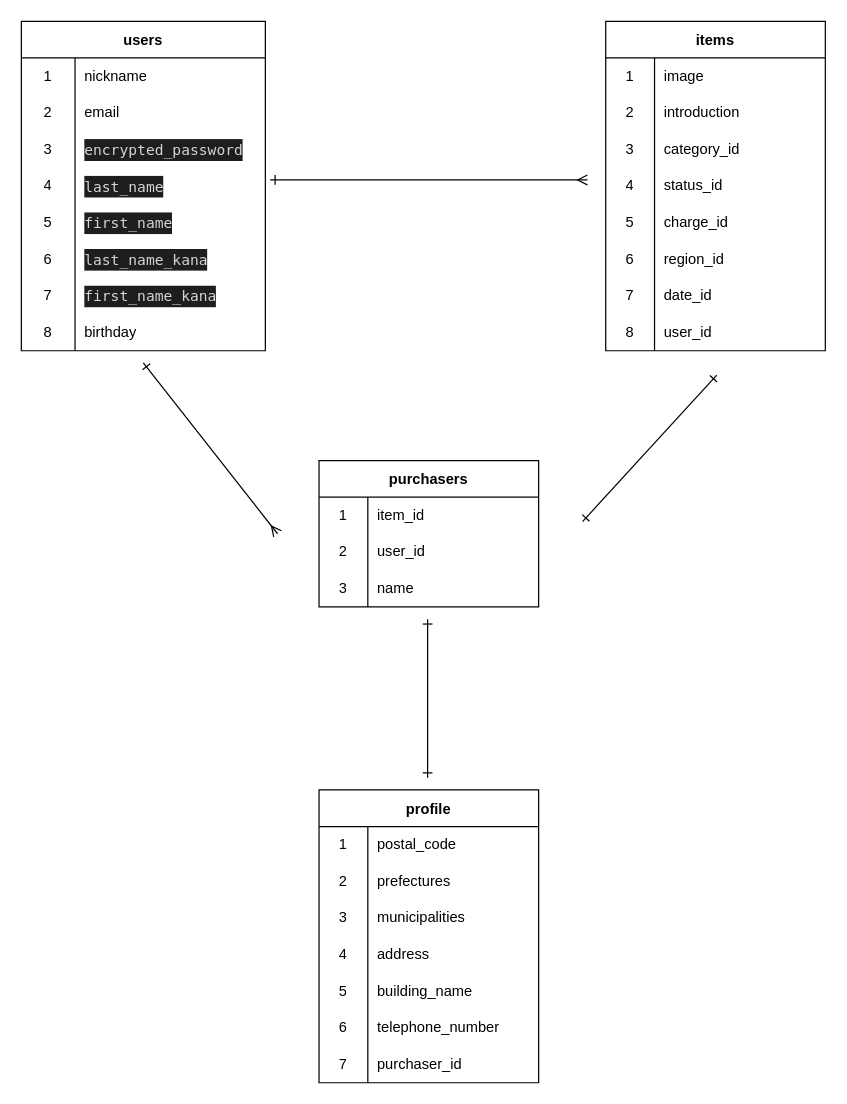
sawasawashu/furima-38849 keeps this draw.io diagram as furima.dio. Above is the earlier version. Source tidied: cells renumbered, new cells numbered last; positions are measured from the earlier drawing's top-left corner, leaving out a move shared by most shapes. Both pictures are drawn from the tidied source at 122%, with x=0, y=0 at pixel (21, 21).
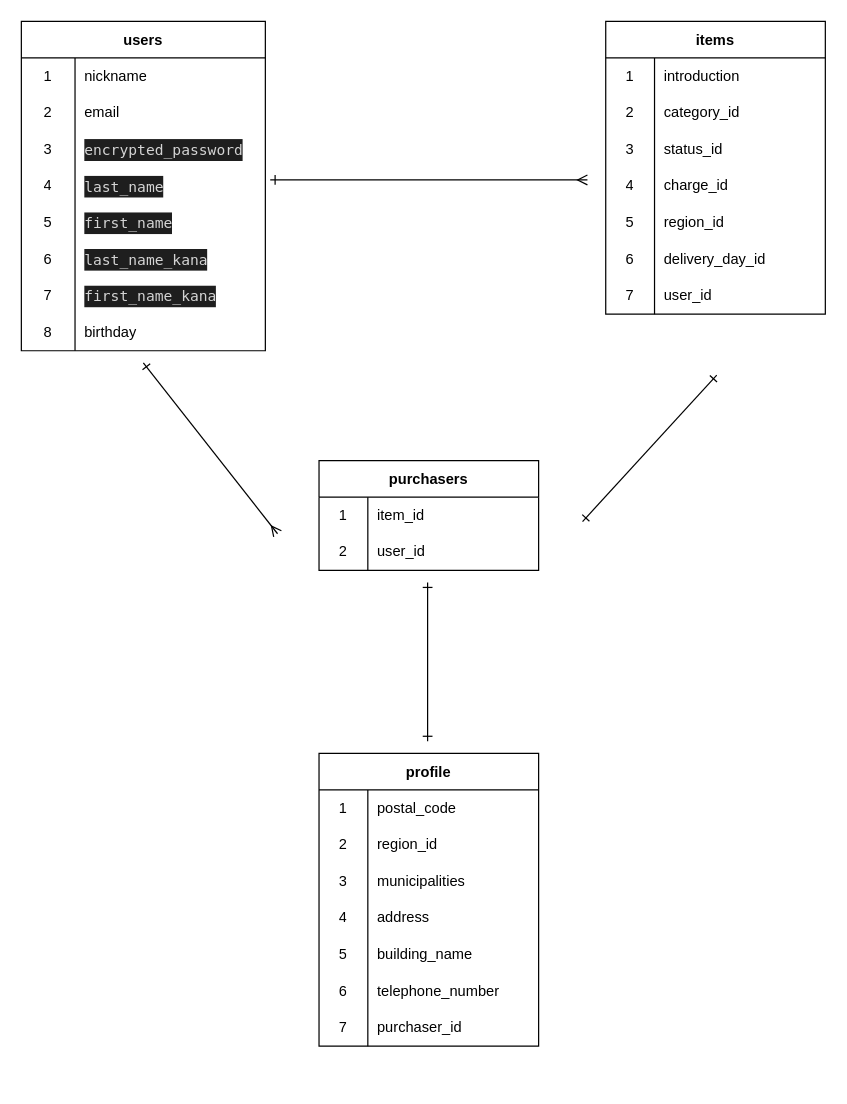
After the change.

Commit message (it also covers changes not shown here):
issue3データベース設計再修正

Unchanged cells that the change refers to:
```xml
<mxCell id="69" style="shape=tableRow;horizontal=0;startSize=0;swimlaneHead=0;swimlaneBody=0;top=0;left=0;bottom=0;right=0;fillColor=none;" parent="65" vertex="1">
  <mxGeometry y="60" width="180" height="30" as="geometry" />
</mxCell>
```

The edit, as a diff of the source:
```diff
@@
     <mxCell id="27" value="items" style="shape=table;startSize=30;childLayout=tableLayout;rowLines=0;fontStyle=1;" parent="1" vertex="1">
-      <mxGeometry x="479" width="180" height="270" as="geometry" />
+      <mxGeometry x="479" width="180" height="240" as="geometry" />
     </mxCell>
-    <mxCell id="28" style="shape=tableRow;horizontal=0;startSize=0;swimlaneHead=0;swimlaneBody=0;top=0;left=0;bottom=0;right=0;fillColor=none;" parent="27" vertex="1">
-      <mxGeometry y="30" width="180" height="30" as="geometry" />
-    </mxCell>
-    <mxCell id="29" value="1" style="shape=partialRectangle;html=1;whiteSpace=wrap;fillColor=none;top=0;left=0;bottom=0;right=0;overflow=hidden;" parent="28" vertex="1">
-      <mxGeometry width="40" height="30" as="geometry" />
-    </mxCell>
-    <mxCell id="30" value="image" style="shape=partialRectangle;html=1;whiteSpace=wrap;fillColor=none;top=0;left=0;bottom=0;right=0;align=left;spacingLeft=6;overflow=hidden;" parent="28" vertex="1">
-      <mxGeometry x="40" width="140" height="30" as="geometry" />
-    </mxCell>
     <mxCell id="31" style="shape=tableRow;horizontal=0;startSize=0;swimlaneHead=0;swimlaneBody=0;top=0;left=0;bottom=0;right=0;fillColor=none;" parent="27" vertex="1">
-      <mxGeometry y="60" width="180" height="30" as="geometry" />
+      <mxGeometry y="30" width="180" height="30" as="geometry" />
     </mxCell>
-    <mxCell id="32" value="2" style="shape=partialRectangle;html=1;whiteSpace=wrap;fillColor=none;top=0;left=0;bottom=0;right=0;overflow=hidden;" parent="31" vertex="1">
+    <mxCell id="32" value="1" style="shape=partialRectangle;html=1;whiteSpace=wrap;fillColor=none;top=0;left=0;bottom=0;right=0;overflow=hidden;" parent="31" vertex="1">
       <mxGeometry width="40" height="30" as="geometry" />
     </mxCell>
@@
     <mxCell id="34" style="shape=tableRow;horizontal=0;startSize=0;swimlaneHead=0;swimlaneBody=0;top=0;left=0;bottom=0;right=0;fillColor=none;" parent="27" vertex="1">
-      <mxGeometry y="90" width="180" height="30" as="geometry" />
+      <mxGeometry y="60" width="180" height="30" as="geometry" />
     </mxCell>
-    <mxCell id="35" value="3" style="shape=partialRectangle;html=1;whiteSpace=wrap;fillColor=none;top=0;left=0;bottom=0;right=0;overflow=hidden;" parent="34" vertex="1">
+    <mxCell id="35" value="2" style="shape=partialRectangle;html=1;whiteSpace=wrap;fillColor=none;top=0;left=0;bottom=0;right=0;overflow=hidden;" parent="34" vertex="1">
       <mxGeometry width="40" height="30" as="geometry" />
     </mxCell>
@@
     <mxCell id="37" style="shape=tableRow;horizontal=0;startSize=0;swimlaneHead=0;swimlaneBody=0;top=0;left=0;bottom=0;right=0;fillColor=none;" parent="27" vertex="1">
-      <mxGeometry y="120" width="180" height="30" as="geometry" />
+      <mxGeometry y="90" width="180" height="30" as="geometry" />
     </mxCell>
-    <mxCell id="38" value="4" style="shape=partialRectangle;html=1;whiteSpace=wrap;fillColor=none;top=0;left=0;bottom=0;right=0;overflow=hidden;" parent="37" vertex="1">
+    <mxCell id="38" value="3" style="shape=partialRectangle;html=1;whiteSpace=wrap;fillColor=none;top=0;left=0;bottom=0;right=0;overflow=hidden;" parent="37" vertex="1">
       <mxGeometry width="40" height="30" as="geometry" />
     </mxCell>
@@
     <mxCell id="40" style="shape=tableRow;horizontal=0;startSize=0;swimlaneHead=0;swimlaneBody=0;top=0;left=0;bottom=0;right=0;fillColor=none;" parent="27" vertex="1">
-      <mxGeometry y="150" width="180" height="30" as="geometry" />
+      <mxGeometry y="120" width="180" height="30" as="geometry" />
     </mxCell>
-    <mxCell id="41" value="5" style="shape=partialRectangle;html=1;whiteSpace=wrap;fillColor=none;top=0;left=0;bottom=0;right=0;overflow=hidden;" parent="40" vertex="1">
+    <mxCell id="41" value="4" style="shape=partialRectangle;html=1;whiteSpace=wrap;fillColor=none;top=0;left=0;bottom=0;right=0;overflow=hidden;" parent="40" vertex="1">
       <mxGeometry width="40" height="30" as="geometry" />
     </mxCell>
@@
     <mxCell id="43" style="shape=tableRow;horizontal=0;startSize=0;swimlaneHead=0;swimlaneBody=0;top=0;left=0;bottom=0;right=0;fillColor=none;" parent="27" vertex="1">
-      <mxGeometry y="180" width="180" height="30" as="geometry" />
+      <mxGeometry y="150" width="180" height="30" as="geometry" />
     </mxCell>
-    <mxCell id="44" value="6" style="shape=partialRectangle;html=1;whiteSpace=wrap;fillColor=none;top=0;left=0;bottom=0;right=0;overflow=hidden;" parent="43" vertex="1">
+    <mxCell id="44" value="5" style="shape=partialRectangle;html=1;whiteSpace=wrap;fillColor=none;top=0;left=0;bottom=0;right=0;overflow=hidden;" parent="43" vertex="1">
       <mxGeometry width="40" height="30" as="geometry" />
     </mxCell>
@@
     <mxCell id="46" style="shape=tableRow;horizontal=0;startSize=0;swimlaneHead=0;swimlaneBody=0;top=0;left=0;bottom=0;right=0;fillColor=none;" parent="27" vertex="1">
-      <mxGeometry y="210" width="180" height="30" as="geometry" />
+      <mxGeometry y="180" width="180" height="30" as="geometry" />
     </mxCell>
-    <mxCell id="47" value="7" style="shape=partialRectangle;html=1;whiteSpace=wrap;fillColor=none;top=0;left=0;bottom=0;right=0;overflow=hidden;" parent="46" vertex="1">
+    <mxCell id="47" value="6" style="shape=partialRectangle;html=1;whiteSpace=wrap;fillColor=none;top=0;left=0;bottom=0;right=0;overflow=hidden;" parent="46" vertex="1">
       <mxGeometry width="40" height="30" as="geometry" />
     </mxCell>
-    <mxCell id="48" value="date_id" style="shape=partialRectangle;html=1;whiteSpace=wrap;fillColor=none;top=0;left=0;bottom=0;right=0;align=left;spacingLeft=6;overflow=hidden;" parent="46" vertex="1">
+    <mxCell id="48" value="delivery_day_id" style="shape=partialRectangle;html=1;whiteSpace=wrap;fillColor=none;top=0;left=0;bottom=0;right=0;align=left;spacingLeft=6;overflow=hidden;" parent="46" vertex="1">
       <mxGeometry x="40" width="140" height="30" as="geometry" />
     </mxCell>
     <mxCell id="49" style="shape=tableRow;horizontal=0;startSize=0;swimlaneHead=0;swimlaneBody=0;top=0;left=0;bottom=0;right=0;fillColor=none;" parent="27" vertex="1">
-      <mxGeometry y="240" width="180" height="30" as="geometry" />
+      <mxGeometry y="210" width="180" height="30" as="geometry" />
     </mxCell>
-    <mxCell id="50" value="8" style="shape=partialRectangle;html=1;whiteSpace=wrap;fillColor=none;top=0;left=0;bottom=0;right=0;overflow=hidden;" parent="49" vertex="1">
+    <mxCell id="50" value="7" style="shape=partialRectangle;html=1;whiteSpace=wrap;fillColor=none;top=0;left=0;bottom=0;right=0;overflow=hidden;" parent="49" vertex="1">
       <mxGeometry width="40" height="30" as="geometry" />
     </mxCell>
@@
     <mxCell id="53" value="purchasers" style="shape=table;startSize=30;childLayout=tableLayout;rowLines=0;fontStyle=1;" parent="1" vertex="1">
-      <mxGeometry x="244" y="360" width="180" height="120" as="geometry" />
+      <mxGeometry x="244" y="360" width="180" height="90" as="geometry" />
     </mxCell>
@@
-    <mxCell id="60" style="shape=tableRow;horizontal=0;startSize=0;swimlaneHead=0;swimlaneBody=0;top=0;left=0;bottom=0;right=0;fillColor=none;" parent="53" vertex="1">
-      <mxGeometry y="90" width="180" height="30" as="geometry" />
-    </mxCell>
-    <mxCell id="61" value="3" style="shape=partialRectangle;html=1;whiteSpace=wrap;fillColor=none;top=0;left=0;bottom=0;right=0;overflow=hidden;" parent="60" vertex="1">
-      <mxGeometry width="40" height="30" as="geometry" />
-    </mxCell>
-    <mxCell id="62" value="name" style="shape=partialRectangle;html=1;whiteSpace=wrap;fillColor=none;top=0;left=0;bottom=0;right=0;align=left;spacingLeft=6;overflow=hidden;" parent="60" vertex="1">
-      <mxGeometry x="40" width="140" height="30" as="geometry" />
-    </mxCell>
@@
     <mxCell id="64" style="endArrow=ERone;html=1;startArrow=ERone;startFill=0;endFill=0;" parent="1" edge="1">
       <mxGeometry relative="1" as="geometry">
-        <mxPoint x="333" y="620" as="sourcePoint" />
-        <mxPoint x="333" y="490" as="targetPoint" />
+        <mxPoint x="333" y="590" as="sourcePoint" />
+        <mxPoint x="333" y="460" as="targetPoint" />
         <Array as="points">
-          <mxPoint x="333" y="540" />
+          <mxPoint x="333" y="510" />
         </Array>
       </mxGeometry>
     </mxCell>
     <mxCell id="65" value="profile" style="shape=table;startSize=30;childLayout=tableLayout;rowLines=0;fontStyle=1;" parent="1" vertex="1">
-      <mxGeometry x="244" y="630" width="180" height="240" as="geometry" />
+      <mxGeometry x="244" y="600" width="180" height="240" as="geometry" />
     </mxCell>
@@
-    <mxCell id="71" value="prefectures" style="shape=partialRectangle;html=1;whiteSpace=wrap;fillColor=none;top=0;left=0;bottom=0;right=0;align=left;spacingLeft=6;overflow=hidden;" parent="69" vertex="1">
+    <mxCell id="71" value="region_id" style="shape=partialRectangle;html=1;whiteSpace=wrap;fillColor=none;top=0;left=0;bottom=0;right=0;align=left;spacingLeft=6;overflow=hidden;" parent="69" vertex="1">
       <mxGeometry x="40" width="140" height="30" as="geometry" />
     </mxCell>
```
